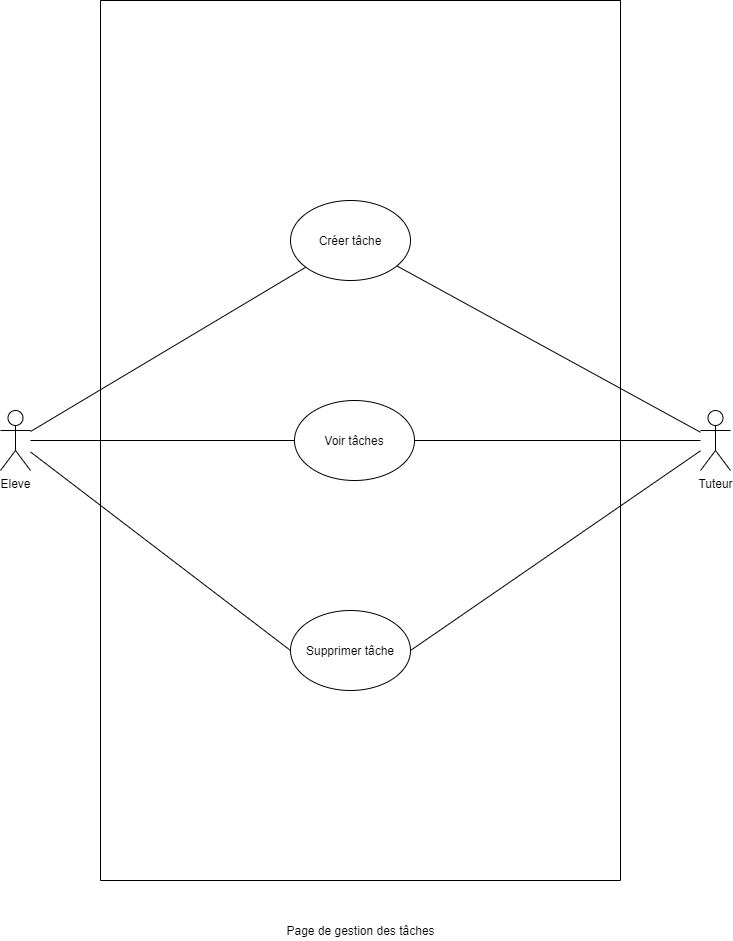
Above: Use Case Diagram/05_Use Case Diagram-Gestion des tâches.png in Neurodium/P3-LearnAtHome (draw.io), before the change. Source tidied: cells renumbered, new cells last; positions are measured from the earlier drawing's top-left corner, leaving out a move shared by most shapes.
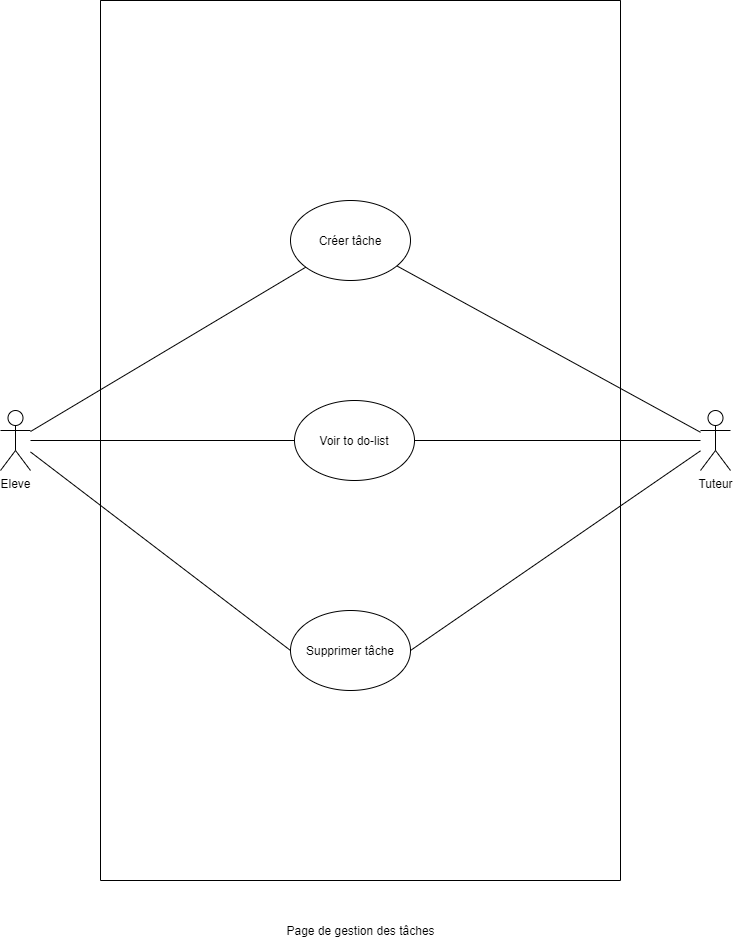
After the commit.

Change to the diagram source:
```diff
@@ -11,7 +11,7 @@
     <mxCell id="4" value="Supprimer tâche" style="ellipse;whiteSpace=wrap;html=1;" parent="2" vertex="1">
       <mxGeometry x="190" y="610" width="120" height="80" as="geometry" />
     </mxCell>
-    <mxCell id="5" value="Voir tâches" style="ellipse;whiteSpace=wrap;html=1;" parent="2" vertex="1">
+    <mxCell id="5" value="Voir to do-list" style="ellipse;whiteSpace=wrap;html=1;" parent="2" vertex="1">
       <mxGeometry x="194" y="400" width="120" height="80" as="geometry" />
     </mxCell>
     <mxCell id="6" style="edgeStyle=none;rounded=0;jettySize=auto;html=1;endArrow=none;endFill=0;" parent="1" edge="1" source="9" target="3">
```
